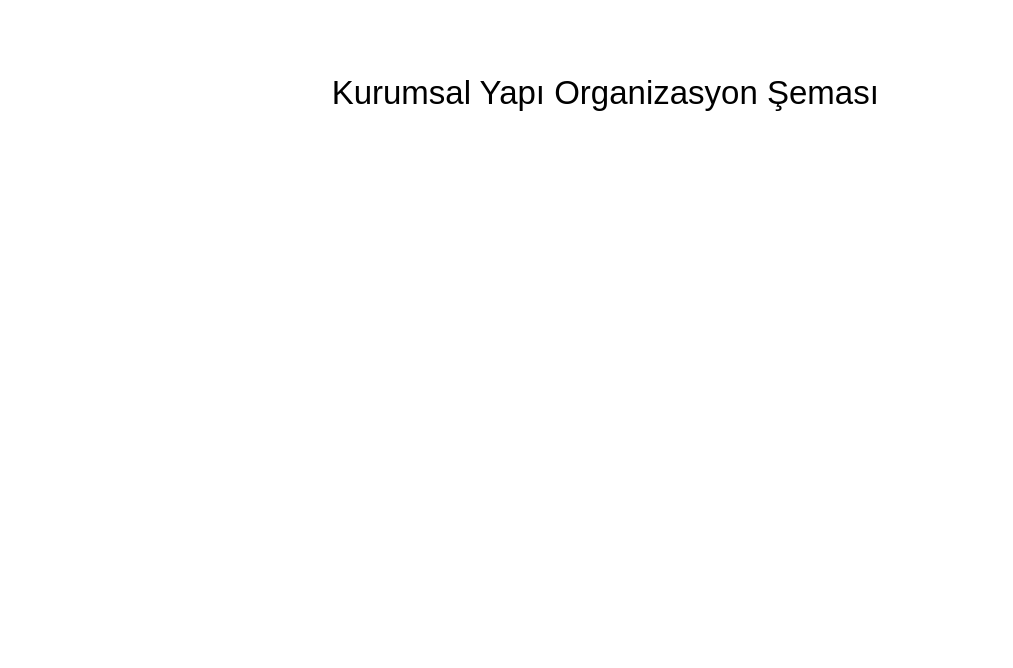
anilberg/My-Diagrams keeps this draw.io diagram as PCB Diagrams/Kurumsal_Yapı_Organizasyon_Şeması.drawio. Above is the earlier version. Source tidied: cells renumbered, new cells numbered last; positions are measured from the earlier drawing's top-left corner, leaving out a move shared by most shapes. Both pictures are drawn from the tidied source at 150%, with x=0, y=0 at pixel (267, 26). Pictures stored in the file or linked from it are replaced by grey dashed boxes.
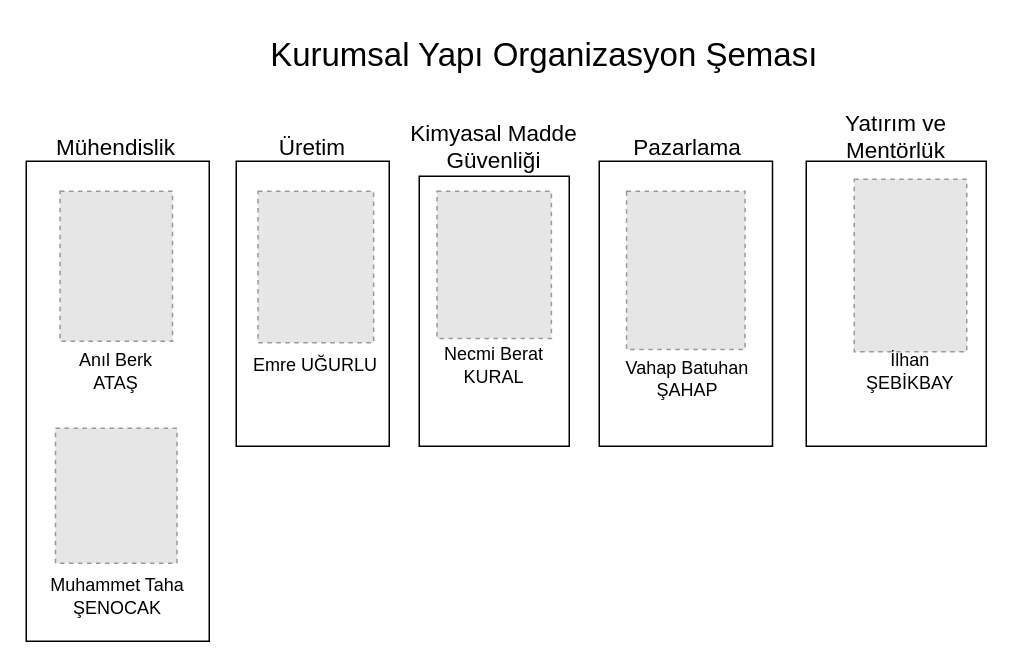
Above is the later version.

The edit, as a diff of the source:
```diff
@@
+    <mxCell id="3" style="rounded=0;whiteSpace=wrap;html=1;fillColor=none;" parent="1" vertex="1">
+      <mxGeometry x="101" y="100" width="100" height="180" as="geometry" />
+    </mxCell>
+    <mxCell id="4" style="rounded=0;whiteSpace=wrap;html=1;fillColor=none;" parent="1" vertex="1">
+      <mxGeometry x="-161" y="90" width="122" height="320" as="geometry" />
+    </mxCell>
+    <mxCell id="5" style="rounded=0;whiteSpace=wrap;html=1;fillColor=none;" parent="1" vertex="1">
+      <mxGeometry x="-21" y="90" width="102" height="190" as="geometry" />
+    </mxCell>
-    <mxCell id="2" value="&lt;font style=&quot;font-size: 22px&quot;&gt;Kurumsal Yapı Organizasyon Şeması&lt;/font&gt;" style="text;html=1;strokeColor=none;fillColor=none;align=center;verticalAlign=middle;whiteSpace=wrap;rounded=0;" parent="1" vertex="1">
-      <mxGeometry width="451" height="90" as="geometry" />
+    <mxCell id="2" value="&lt;font style=&quot;font-size: 22px&quot;&gt;Kurumsal Yapı Organizasyon Şeması&lt;br&gt;&lt;/font&gt;" style="text;html=1;strokeColor=none;fillColor=none;align=center;verticalAlign=middle;whiteSpace=wrap;rounded=0;" parent="1" vertex="1">
+      <mxGeometry width="369" height="40" as="geometry" />
     </mxCell>
+    <mxCell id="6" style="fillColor=#E6E6E6;strokeColor=#999999;dashed=1;verticalLabelPosition=bottom;verticalAlign=top;" parent="1" vertex="1">
+      <mxGeometry x="-138.5" y="110" width="75" height="100" as="geometry" />
+    </mxCell>
+    <mxCell id="7" value="Anıl Berk ATAŞ" style="text;html=1;strokeColor=none;fillColor=none;align=center;verticalAlign=middle;whiteSpace=wrap;rounded=0;" parent="1" vertex="1">
+      <mxGeometry x="-133" y="220" width="64" height="20" as="geometry" />
+    </mxCell>
+    <mxCell id="8" style="fillColor=#E6E6E6;strokeColor=#999999;dashed=1;verticalLabelPosition=bottom;verticalAlign=top;" parent="1" vertex="1">
+      <mxGeometry x="-6.5" y="110" width="77.1" height="101" as="geometry" />
+    </mxCell>
+    <mxCell id="9" style="fillColor=#E6E6E6;strokeColor=#999999;dashed=1;verticalLabelPosition=bottom;verticalAlign=top;" parent="1" vertex="1">
+      <mxGeometry x="112.8" y="110" width="76.3" height="98.1" as="geometry" />
+    </mxCell>
+    <mxCell id="10" value="Emre UĞURLU" style="text;html=1;strokeColor=none;fillColor=none;align=center;verticalAlign=middle;whiteSpace=wrap;rounded=0;" parent="1" vertex="1">
+      <mxGeometry x="-12.9" y="216" width="90" height="20" as="geometry" />
+    </mxCell>
+    <mxCell id="11" value="Necmi Berat KURAL" style="text;html=1;strokeColor=none;fillColor=none;align=center;verticalAlign=middle;whiteSpace=wrap;rounded=0;" parent="1" vertex="1">
+      <mxGeometry x="115.1" y="208.1" width="71.8" height="35" as="geometry" />
+    </mxCell>
+    <mxCell id="12" style="fillColor=#E6E6E6;strokeColor=#999999;dashed=1;verticalLabelPosition=bottom;verticalAlign=top;" parent="1" vertex="1">
+      <mxGeometry x="239.2" y="110" width="79" height="105.5" as="geometry" />
+    </mxCell>
+    <mxCell id="13" value="Vahap Batuhan ŞAHAP" style="text;html=1;strokeColor=none;fillColor=none;align=center;verticalAlign=middle;whiteSpace=wrap;rounded=0;" parent="1" vertex="1">
+      <mxGeometry x="234.3" y="222.5" width="92" height="25" as="geometry" />
+    </mxCell>
+    <mxCell id="14" style="fillColor=#E6E6E6;strokeColor=#999999;dashed=1;verticalLabelPosition=bottom;verticalAlign=top;" parent="1" vertex="1">
+      <mxGeometry x="391" y="102" width="75" height="115" as="geometry" />
+    </mxCell>
+    <mxCell id="15" value="İlhan ŞEBİKBAY" style="text;html=1;strokeColor=none;fillColor=none;align=center;verticalAlign=middle;whiteSpace=wrap;rounded=0;" parent="1" vertex="1">
+      <mxGeometry x="391.5" y="220" width="73" height="20" as="geometry" />
+    </mxCell>
+    <mxCell id="16" value="&lt;font style=&quot;font-size: 15px&quot;&gt;Mühendislik&lt;/font&gt;" style="text;html=1;strokeColor=none;fillColor=none;align=center;verticalAlign=middle;whiteSpace=wrap;rounded=0;" parent="1" vertex="1">
+      <mxGeometry x="-142" y="70" width="82" height="20" as="geometry" />
+    </mxCell>
+    <mxCell id="17" value="&lt;font style=&quot;font-size: 15px&quot;&gt;Üretim&lt;/font&gt;" style="text;html=1;strokeColor=none;fillColor=none;align=center;verticalAlign=middle;whiteSpace=wrap;rounded=0;" parent="1" vertex="1">
+      <mxGeometry x="4" y="70" width="52" height="20" as="geometry" />
+    </mxCell>
+    <mxCell id="18" value="Muhammet Taha ŞENOCAK" style="text;html=1;strokeColor=none;fillColor=none;align=center;verticalAlign=middle;whiteSpace=wrap;rounded=0;" parent="1" vertex="1">
+      <mxGeometry x="-150" y="369.6" width="100" height="20" as="geometry" />
+    </mxCell>
+    <mxCell id="19" style="fillColor=#E6E6E6;strokeColor=#999999;dashed=1;verticalLabelPosition=bottom;verticalAlign=top;" parent="1" vertex="1">
+      <mxGeometry x="-141.5" y="268" width="81" height="90" as="geometry" />
+    </mxCell>
+    <mxCell id="20" style="rounded=0;whiteSpace=wrap;html=1;fillColor=none;" parent="1" vertex="1">
+      <mxGeometry x="221" y="90" width="115.5" height="190" as="geometry" />
+    </mxCell>
+    <mxCell id="21" value="&lt;font style=&quot;font-size: 15px&quot;&gt;Pazarlama&lt;/font&gt;" style="text;html=1;strokeColor=none;fillColor=none;align=center;verticalAlign=middle;whiteSpace=wrap;rounded=0;" parent="1" vertex="1">
+      <mxGeometry x="245.3" y="70" width="70" height="20" as="geometry" />
+    </mxCell>
+    <mxCell id="22" value="&lt;font style=&quot;font-size: 15px&quot;&gt;Kimyasal Madde Güvenliği&lt;/font&gt;" style="text;html=1;strokeColor=none;fillColor=none;align=center;verticalAlign=middle;whiteSpace=wrap;rounded=0;" parent="1" vertex="1">
+      <mxGeometry x="86" y="65" width="130" height="30" as="geometry" />
+    </mxCell>
+    <mxCell id="23" style="rounded=0;whiteSpace=wrap;html=1;fillColor=none;" parent="1" vertex="1">
+      <mxGeometry x="359" y="90" width="120" height="190" as="geometry" />
+    </mxCell>
+    <mxCell id="24" value="&lt;font style=&quot;font-size: 15px&quot;&gt;Yatırım ve Mentörlük&lt;/font&gt;" style="text;html=1;strokeColor=none;fillColor=none;align=center;verticalAlign=middle;whiteSpace=wrap;rounded=0;" parent="1" vertex="1">
+      <mxGeometry x="379" y="60" width="80" height="25" as="geometry" />
+    </mxCell>
```
